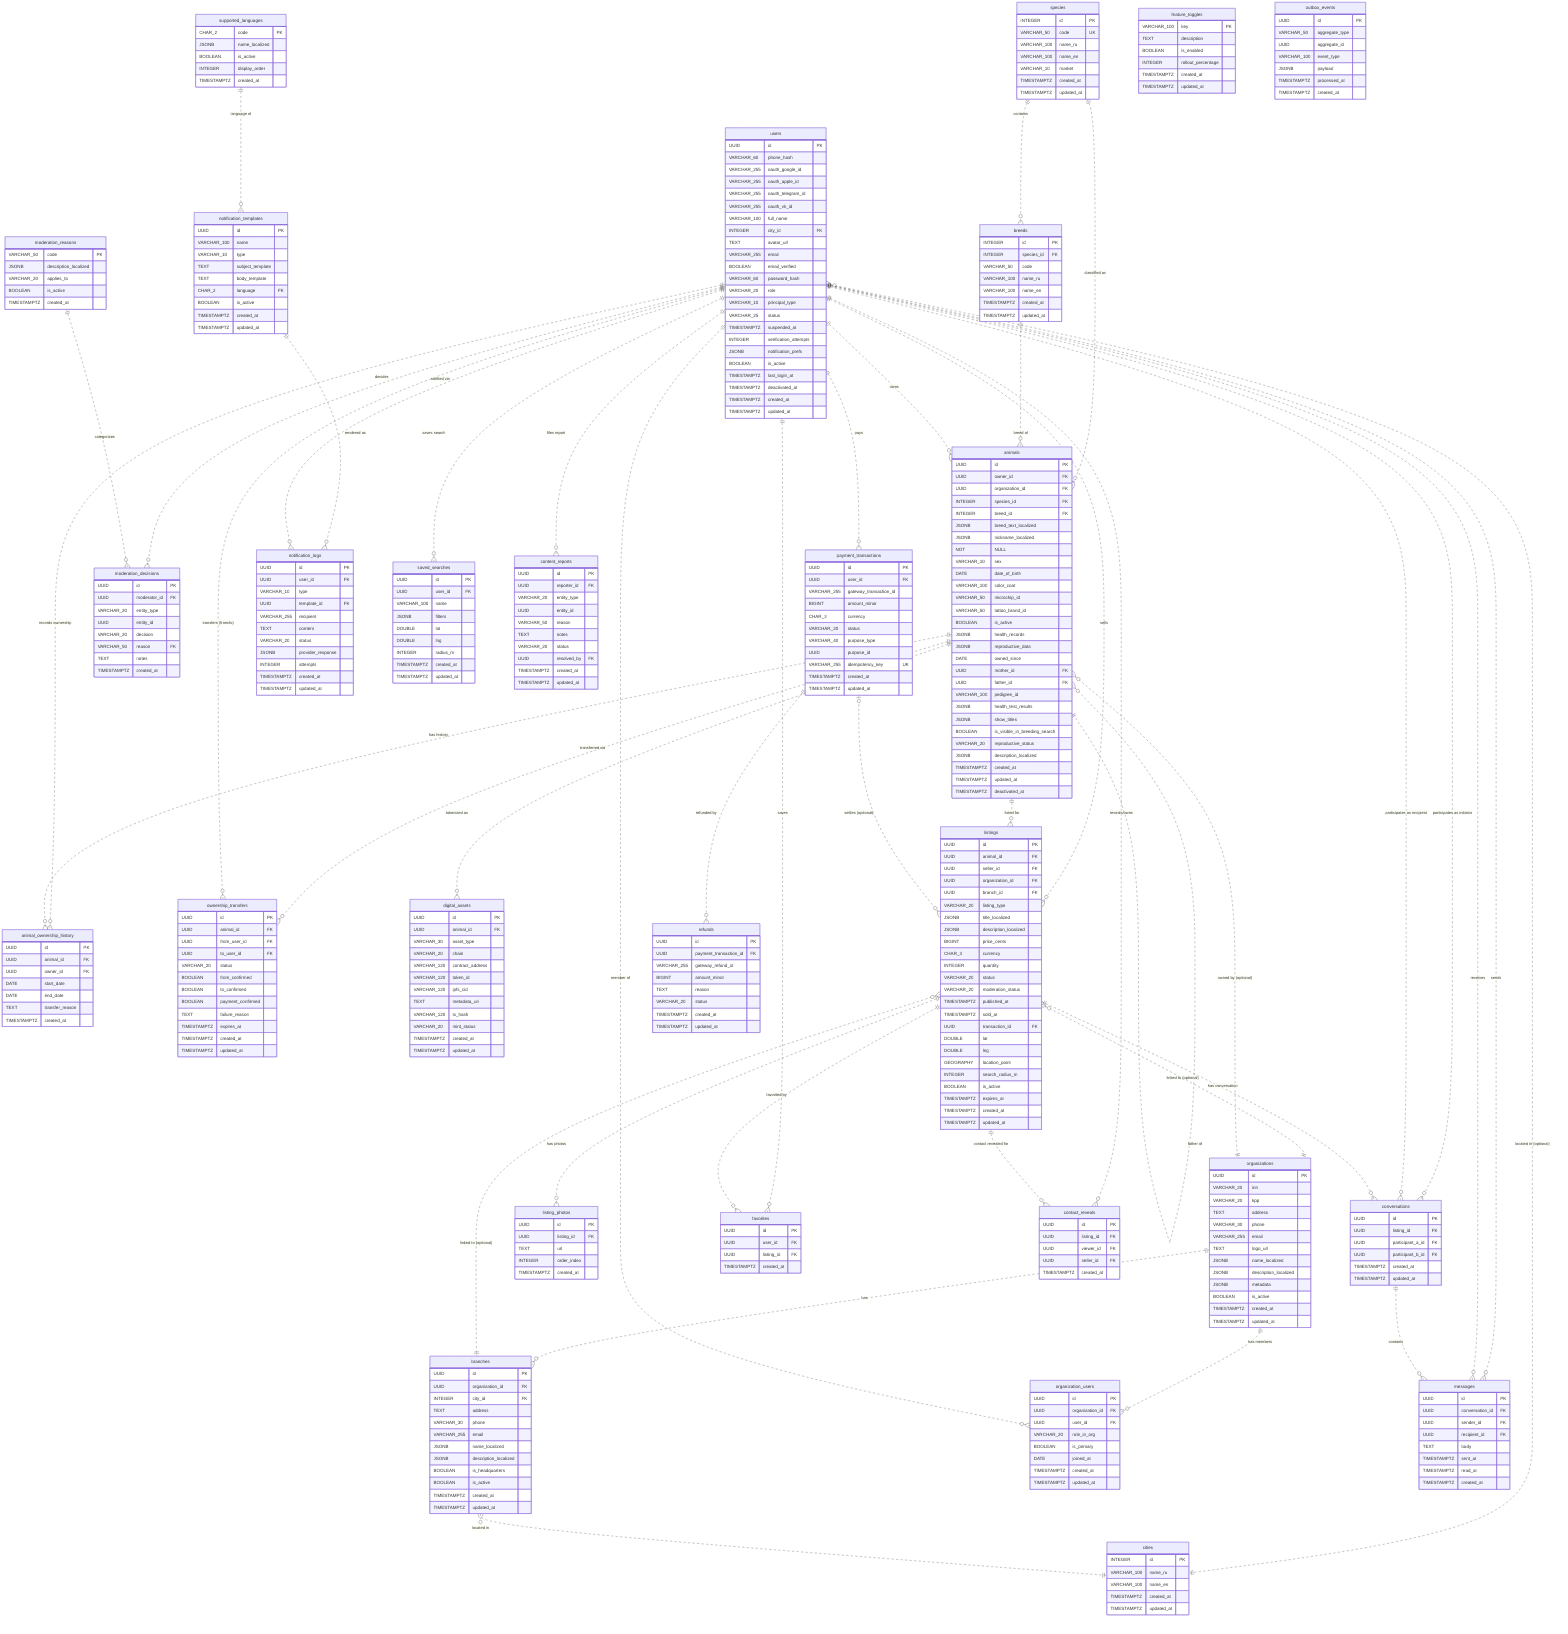
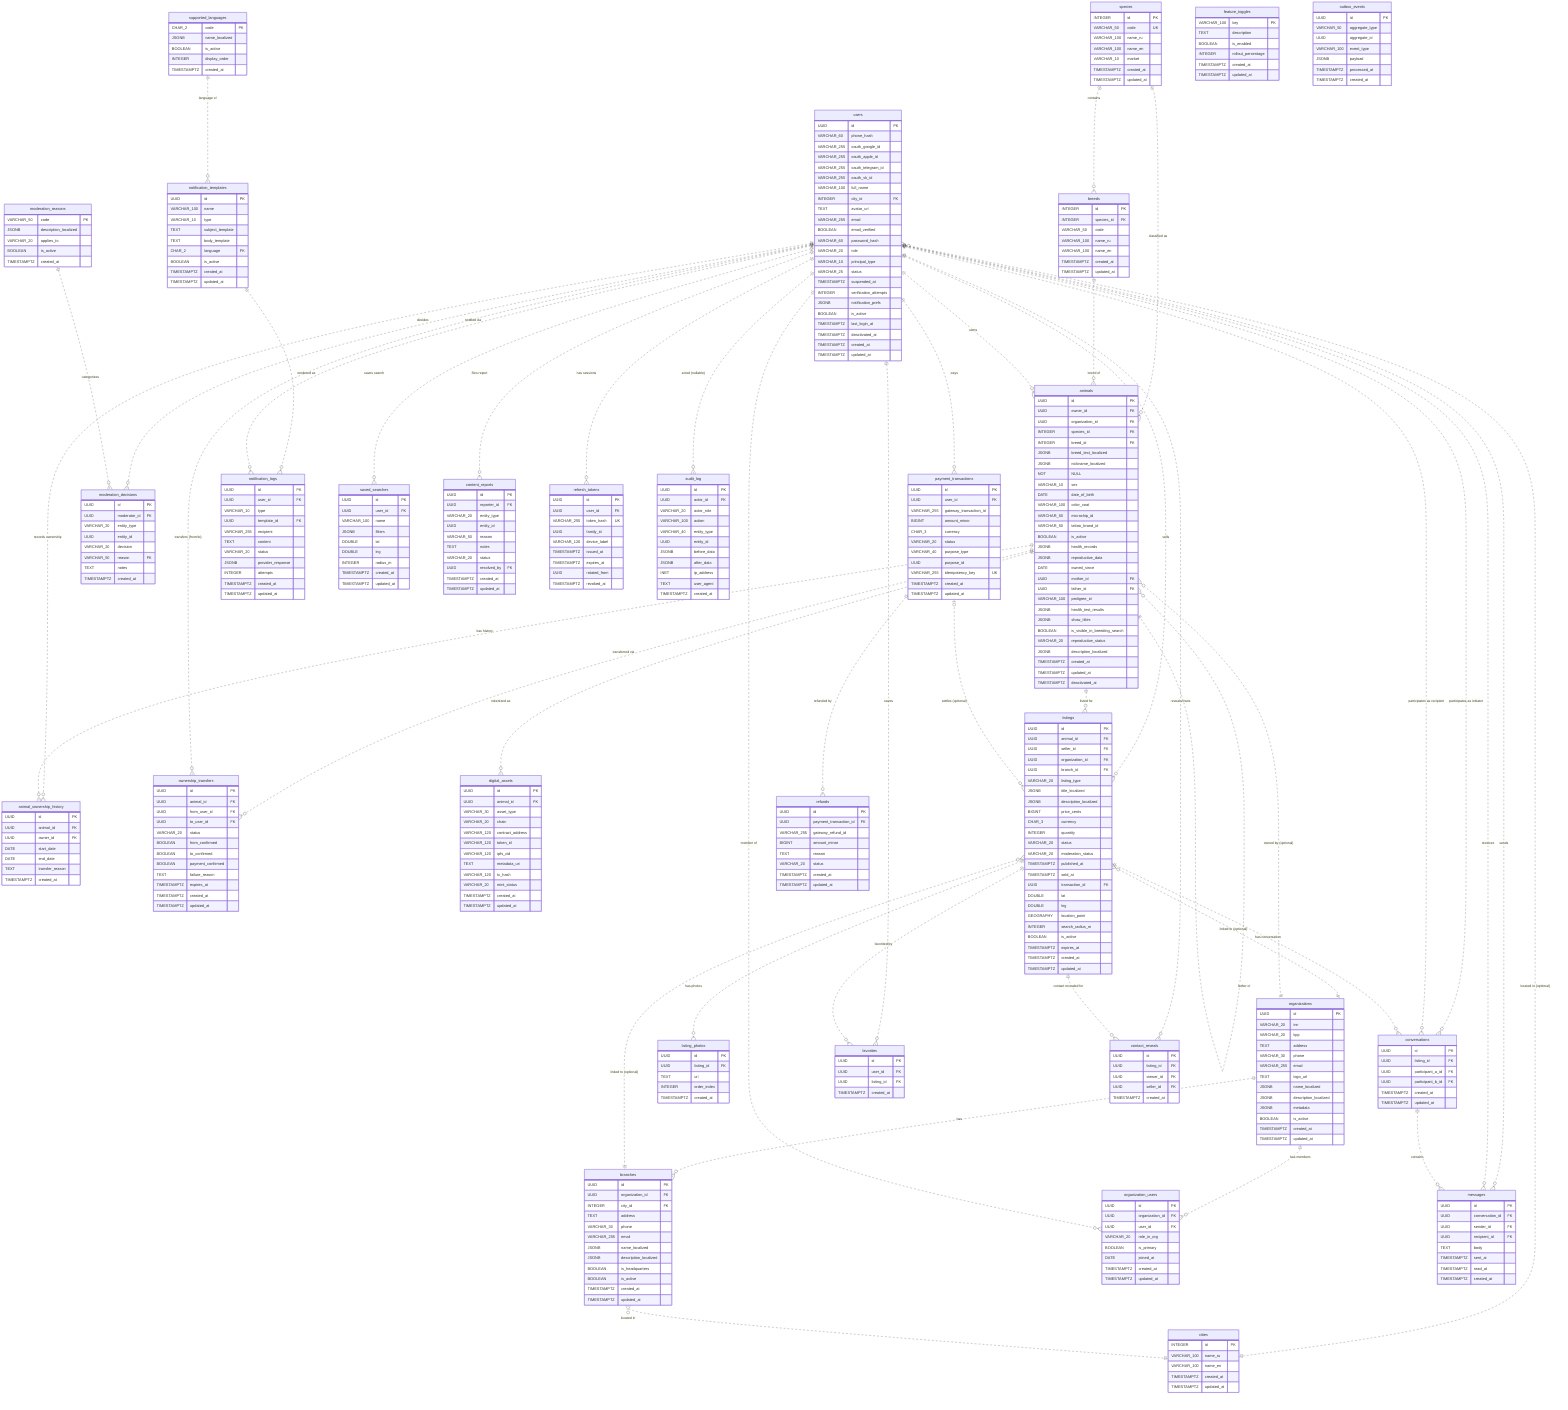
erDiagram
    %% Reference Data Tables
    species {
        INTEGER id PK
        VARCHAR_50 code UK
        VARCHAR_100 name_ru
        VARCHAR_100 name_en
        VARCHAR_10 market
        TIMESTAMPTZ created_at
        TIMESTAMPTZ updated_at
    }
    breeds {
        INTEGER id PK
        INTEGER species_id FK
        VARCHAR_50 code
        VARCHAR_100 name_ru
        VARCHAR_100 name_en
        TIMESTAMPTZ created_at
        TIMESTAMPTZ updated_at
        %% UK (species_id, code)
    }
    cities {
        INTEGER id PK
        VARCHAR_100 name_ru
        VARCHAR_100 name_en
        TIMESTAMPTZ created_at
        TIMESTAMPTZ updated_at
    }
    supported_languages {
        CHAR_2 code PK
        JSONB name_localized
        BOOLEAN is_active
        INTEGER display_order
        TIMESTAMPTZ created_at
    }

    %% Identity Domain
    users {
        UUID id PK
        VARCHAR_60 phone_hash
        VARCHAR_255 oauth_google_id
        VARCHAR_255 oauth_apple_id
        VARCHAR_255 oauth_telegram_id
        VARCHAR_255 oauth_vk_id
        VARCHAR_100 full_name
        INTEGER city_id FK
        TEXT avatar_url
        VARCHAR_255 email
        BOOLEAN email_verified
        VARCHAR_60 password_hash
        VARCHAR_20 role
        VARCHAR_10 principal_type
        VARCHAR_25 status
        TIMESTAMPTZ suspended_at
        INTEGER verification_attempts
        JSONB notification_prefs
        BOOLEAN is_active
        TIMESTAMPTZ last_login_at
        TIMESTAMPTZ deactivated_at
        TIMESTAMPTZ created_at
        TIMESTAMPTZ updated_at
    }

    %% Animal Domain
    animals {
        UUID id PK
        UUID owner_id FK
        UUID organization_id FK
        INTEGER species_id FK
        INTEGER breed_id FK
        JSONB breed_text_localized
        JSONB nickname_localized NOT NULL
        VARCHAR_10 sex
        DATE date_of_birth
        VARCHAR_100 color_coat
        VARCHAR_50 microchip_id
        VARCHAR_50 tattoo_brand_id
        BOOLEAN is_active
        JSONB health_records
        JSONB reproductive_data
        DATE owned_since
        UUID mother_id FK
        UUID father_id FK
        VARCHAR_100 pedigree_id
        JSONB health_test_results
        JSONB show_titles
        BOOLEAN is_visible_in_breeding_search
        VARCHAR_20 reproductive_status
        JSONB description_localized
        TIMESTAMPTZ created_at
        TIMESTAMPTZ updated_at
        TIMESTAMPTZ deactivated_at
    }
    animal_ownership_history {
        UUID id PK
        UUID animal_id FK
        UUID owner_id FK
        DATE start_date
        DATE end_date
        TEXT transfer_reason
        TIMESTAMPTZ created_at
    }
    ownership_transfers {
        UUID id PK
        UUID animal_id FK
        UUID from_user_id FK
        UUID to_user_id FK
        VARCHAR_20 status
        BOOLEAN from_confirmed
        BOOLEAN to_confirmed
        BOOLEAN payment_confirmed
        TEXT failure_reason
        TIMESTAMPTZ expires_at
        TIMESTAMPTZ created_at
        TIMESTAMPTZ updated_at
    }
    digital_assets {
        UUID id PK
        UUID animal_id FK
        VARCHAR_30 asset_type
        VARCHAR_20 chain
        VARCHAR_120 contract_address
        VARCHAR_120 token_id
        VARCHAR_120 ipfs_cid
        TEXT metadata_uri
        VARCHAR_120 tx_hash
        VARCHAR_20 mint_status
        TIMESTAMPTZ created_at
        TIMESTAMPTZ updated_at
        %% ADR-0010: NFT readiness hook; gated by feature_toggles
    }

    %% Organization Domain
    organizations {
        UUID id PK
        VARCHAR_20 inn
        VARCHAR_20 kpp
        TEXT address
        VARCHAR_30 phone
        VARCHAR_255 email
        TEXT logo_url
        JSONB name_localized
        JSONB description_localized
        JSONB metadata
        BOOLEAN is_active
        TIMESTAMPTZ created_at
        TIMESTAMPTZ updated_at
    }
    branches {
        UUID id PK
        UUID organization_id FK
        INTEGER city_id FK
        TEXT address
        VARCHAR_30 phone
        VARCHAR_255 email
        JSONB name_localized
        JSONB description_localized
        BOOLEAN is_headquarters
        BOOLEAN is_active
        TIMESTAMPTZ created_at
        TIMESTAMPTZ updated_at
    }
    organization_users {
        UUID id PK
        UUID organization_id FK
        UUID user_id FK
        VARCHAR_20 role_in_org
        BOOLEAN is_primary
        DATE joined_at
        TIMESTAMPTZ created_at
        TIMESTAMPTZ updated_at
        %% UK (organization_id, user_id)
    }

    %% Marketplace/Listings Domain
    listings {
        UUID id PK
        UUID animal_id FK
        UUID seller_id FK
        UUID organization_id FK
        UUID branch_id FK
        VARCHAR_20 listing_type
        JSONB title_localized
        JSONB description_localized
        BIGINT price_cents
        CHAR_3 currency
        INTEGER quantity
        VARCHAR_20 status
        VARCHAR_20 moderation_status
        TIMESTAMPTZ published_at
        TIMESTAMPTZ sold_at
        UUID transaction_id FK
        DOUBLE lat
        DOUBLE lng
        GEOGRAPHY location_point
        INTEGER search_radius_m
        BOOLEAN is_active
        TIMESTAMPTZ expires_at
        TIMESTAMPTZ created_at
        TIMESTAMPTZ updated_at
        %% UK (animal_id, listing_type) WHERE status='ACTIVE'
    }
    listing_photos {
        UUID id PK
        UUID listing_id FK
        TEXT url
        INTEGER order_index
        TIMESTAMPTZ created_at
    }
    conversations {
        UUID id PK
        UUID listing_id FK
        UUID participant_a_id FK
        UUID participant_b_id FK
        TIMESTAMPTZ created_at
        TIMESTAMPTZ updated_at
    }
    messages {
        UUID id PK
        UUID conversation_id FK
        UUID sender_id FK
        UUID recipient_id FK
        TEXT body
        TIMESTAMPTZ sent_at
        TIMESTAMPTZ read_at
        TIMESTAMPTZ created_at
    }

    %% Moderation Domain
    moderation_reasons {
        VARCHAR_50 code PK
        JSONB description_localized
        VARCHAR_20 applies_to
        BOOLEAN is_active
        TIMESTAMPTZ created_at
    }
    moderation_decisions {
        UUID id PK
        UUID moderator_id FK
        VARCHAR_20 entity_type
        UUID entity_id
        VARCHAR_20 decision
        VARCHAR_50 reason FK
        TEXT notes
        TIMESTAMPTZ created_at
        %% append-only (immutable)
    }

    %% Payment Domain
    payment_transactions {
        UUID id PK
        UUID user_id FK
        VARCHAR_255 gateway_transaction_id
        BIGINT amount_minor
        CHAR_3 currency
        VARCHAR_20 status
        VARCHAR_40 purpose_type
        UUID purpose_id
        VARCHAR_255 idempotency_key UK
        TIMESTAMPTZ created_at
        TIMESTAMPTZ updated_at
    }
    refunds {
        UUID id PK
        UUID payment_transaction_id FK
        VARCHAR_255 gateway_refund_id
        BIGINT amount_minor
        TEXT reason
        VARCHAR_20 status
        TIMESTAMPTZ created_at
        TIMESTAMPTZ updated_at
    }

    %% Notification Domain
    notification_templates {
        UUID id PK
        VARCHAR_100 name
        VARCHAR_10 type
        TEXT subject_template
        TEXT body_template
        CHAR_2 language FK
        BOOLEAN is_active
        TIMESTAMPTZ created_at
        TIMESTAMPTZ updated_at
        %% UK (name, type, language)
    }
    notification_logs {
        UUID id PK
        UUID user_id FK
        VARCHAR_10 type
        UUID template_id FK
        VARCHAR_255 recipient
        TEXT content
        VARCHAR_20 status
        JSONB provider_response
        INTEGER attempts
        TIMESTAMPTZ created_at
        TIMESTAMPTZ updated_at
    }

    %% Favorites & Saved Searches (MVP)
    favorites {
        UUID id PK
        UUID user_id FK
        UUID listing_id FK
        TIMESTAMPTZ created_at
        %% UK (user_id, listing_id)
    }
    saved_searches {
        UUID id PK
        UUID user_id FK
        VARCHAR_100 name
        JSONB filters
        DOUBLE lat
        DOUBLE lng
        INTEGER radius_m
        TIMESTAMPTZ created_at
        TIMESTAMPTZ updated_at
    }
    content_reports {
        UUID id PK
        UUID reporter_id FK
        VARCHAR_20 entity_type
        UUID entity_id
        VARCHAR_50 reason
        TEXT notes
        VARCHAR_20 status
        UUID resolved_by FK
        TIMESTAMPTZ created_at
        TIMESTAMPTZ updated_at
    }
    contact_reveals {
        UUID id PK
        UUID listing_id FK
        UUID viewer_id FK
        UUID seller_id FK
        TIMESTAMPTZ created_at
        %% ADR-0005: MVP "contact the seller" (no chat); audit + rate-limit source
+     }
+ 
+     %% Identity sessions & audit (round-4 integrity)
+     refresh_tokens {
+         UUID id PK
+         UUID user_id FK
+         VARCHAR_255 token_hash UK
+         UUID family_id
+         VARCHAR_120 device_label
+         TIMESTAMPTZ issued_at
+         TIMESTAMPTZ expires_at
+         UUID rotated_from
+         TIMESTAMPTZ revoked_at
+     }
+     audit_log {
+         UUID id PK
+         UUID actor_id FK
+         VARCHAR_20 actor_role
+         VARCHAR_100 action
+         VARCHAR_40 entity_type
+         UUID entity_id
+         JSONB before_data
+         JSONB after_data
+         INET ip_address
+         TEXT user_agent
+         TIMESTAMPTZ created_at
+         %% append-only
    }

    %% Extensibility / System Tables
    feature_toggles {
        VARCHAR_100 key PK
        TEXT description
        BOOLEAN is_enabled
        INTEGER rollout_percentage
        TIMESTAMPTZ created_at
        TIMESTAMPTZ updated_at
    }
    outbox_events {
        UUID id PK
        VARCHAR_50 aggregate_type
        UUID aggregate_id
        VARCHAR_100 event_type
        JSONB payload
        TIMESTAMPTZ processed_at
        TIMESTAMPTZ created_at
    }

    %% Relationships
    species ||..o{ breeds : "contains"
    species ||..o{ animals : "classified as"
    breeds ||..o{ animals : "breed of"
    users }o..|| cities : "located in (optional)"
    users ||..o{ animals : "owns"
    users ||..o{ animal_ownership_history : "records ownership"
    users ||..o{ listings : "sells"
    users ||..o{ conversations : "participates as initiator"
    users ||..o{ conversations : "participates as recipient"
    users ||..o{ messages : "sends"
    users ||..o{ messages : "receives"
    animals ||..o{ animal_ownership_history : "has history"
    animals ||..o{ listings : "listed for"
    animals ||..o{ ownership_transfers : "transferred via"
    users ||..o{ ownership_transfers : "transfers (from/to)"
    animals ||..o{ digital_assets : "tokenized as"
    animals }o..|| animals : "mother of"
    animals }o..|| animals : "father of"
    listings ||..o{ listing_photos : "has photos"
    listings ||..o{ conversations : "has conversation"
    conversations ||..o{ messages : "contains"
    users ||..o{ favorites : "saves"
    listings ||..o{ favorites : "favorited by"
    users ||..o{ saved_searches : "saves search"
    users ||..o{ content_reports : "files report"
    users ||..o{ contact_reveals : "reveals/owns"
    listings ||..o{ contact_reveals : "contact revealed for"
+     users ||..o{ refresh_tokens : "has sessions"
+     users ||..o{ audit_log : "acted (nullable)"

    %% Organization Domain Relationships (junction = M:N resolved)
    organizations ||..o{ organization_users : "has members"
    users ||..o{ organization_users : "member of"
    organizations ||..o{ branches : "has"
    branches }o..|| cities : "located in"
    listings }o..|| organizations : "linked to (optional)"
    listings }o..|| branches : "linked to (optional)"
    animals }o..|| organizations : "owned by (optional)"

    %% Moderation / Payment / Notification Relationships
    users ||..o{ moderation_decisions : "decides"
    moderation_reasons ||..o{ moderation_decisions : "categorizes"
    users ||..o{ payment_transactions : "pays"
    payment_transactions ||..o{ refunds : "refunded by"
    payment_transactions |o..o{ listings : "settles (optional)"
    supported_languages ||..o{ notification_templates : "language of"
    notification_templates ||..o{ notification_logs : "rendered as"
    users ||..o{ notification_logs : "notified via"
